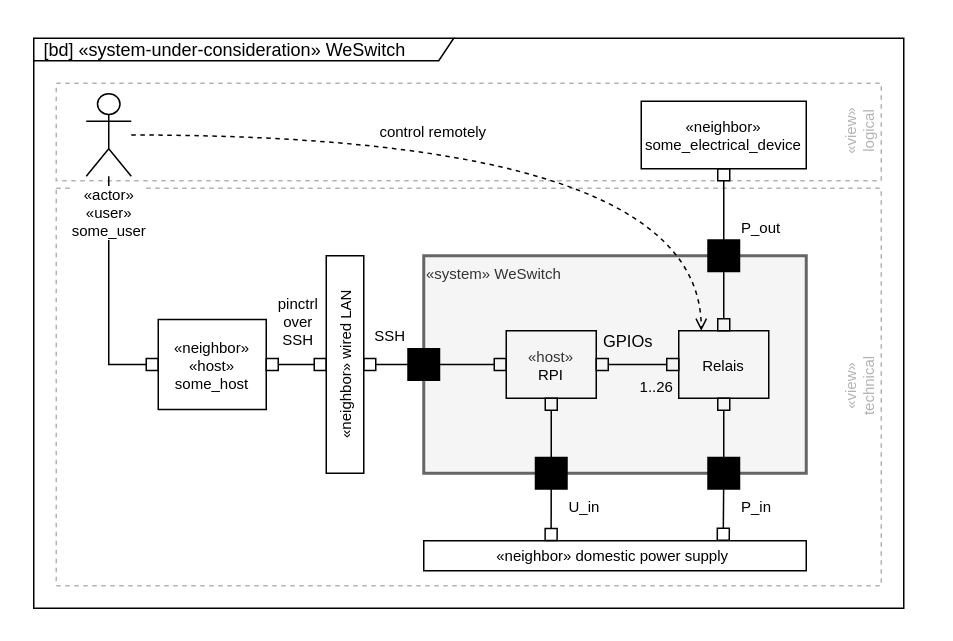
Earlier version of the draw.io diagram docs/blog/2024-09-WeSwitch/_figures/bd_system_and_neighbors.drawio (basejumpa/basejumpa.github.io). Source tidied: cells renumbered, new cells numbered last; positions are measured from the earlier drawing's top-left corner, leaving out a move shared by most shapes. Both pictures are drawn from the tidied source at 150%, with x=0, y=0 at pixel (26, 26).
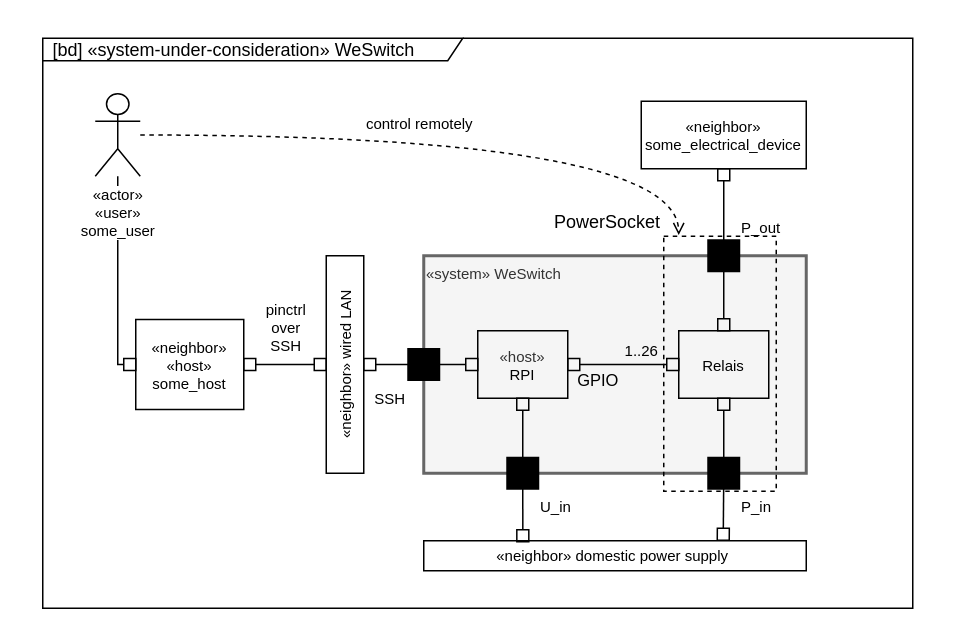
The same diagram, later.

The change refers to these unchanged cells:
```xml
<mxCell id="19" value="Relais" style="rounded=0;whiteSpace=wrap;html=1;fillColor=none;fontSize=10;" parent="14" vertex="1">
  <mxGeometry x="435" y="203" width="60" height="45" as="geometry" />
</mxCell>
<mxCell id="27" style="edgeStyle=none;html=1;entryX=0;entryY=0.5;entryDx=0;entryDy=0;startArrow=box;startFill=0;endArrow=box;endFill=0;exitX=1;exitY=0.5;exitDx=0;exitDy=0;fontSize=10;" parent="23" edge="1" source="26" target="35">
  <mxGeometry relative="1" as="geometry" />
</mxCell>
<mxCell id="33" value="«neighbor»&amp;nbsp;domestic power supply&amp;nbsp;" style="rounded=0;whiteSpace=wrap;html=1;fillColor=none;verticalAlign=middle;points=[[0,0,0,0,0],[0,0.25,0,0,0],[0,0.5,0,0,0],[0,0.75,0,0,0],[0,1,0,0,0],[0.25,1,0,0,0],[0.31,0,0,0,0],[0.5,0,0,0,0],[0.5,1,0,0,0],[0.75,1,0,0,0],[0.79,0,0,0,0],[1,0,0,0,0],[1,0.25,0,0,0],[1,0.5,0,0,0],[1,0.75,0,0,0],[1,1,0,0,0]];fontSize=10;" parent="23" vertex="1">
  <mxGeometry x="265" y="343" width="255" height="20" as="geometry" />
</mxCell>
```

Diff of the diagram source:
```diff
@@
     <mxCell id="2" style="rounded=0;whiteSpace=wrap;html=1;fillColor=none;strokeColor=none;" parent="1" vertex="1">
-      <mxGeometry width="595" height="393" as="geometry" />
+      <mxGeometry x="6" width="595" height="393" as="geometry" />
     </mxCell>
@@
     <mxCell id="4" value="[bd] «system-under-consideration» WeSwitch" style="shape=umlFrame;whiteSpace=wrap;html=1;width=280;height=15;boundedLbl=1;verticalAlign=middle;align=left;spacingLeft=5;fillColor=none;" parent="3" vertex="1">
-      <mxGeometry x="5" y="8" width="580" height="380" as="geometry" />
+      <mxGeometry x="11" y="8" width="580" height="380" as="geometry" />
     </mxCell>
@@
-    <mxCell id="6" value="«view»&lt;br&gt;logical" style="rounded=0;whiteSpace=wrap;html=1;labelBackgroundColor=default;fontSize=10;fillColor=none;dashed=1;strokeColor=#B3B3B3;align=center;horizontal=0;labelPosition=center;verticalLabelPosition=middle;verticalAlign=bottom;fontColor=#B3B3B3;" parent="5" vertex="1">
-      <mxGeometry x="20" y="38" width="550" height="65" as="geometry" />
-    </mxCell>
-    <mxCell id="7" value="«view»&lt;br&gt;technical" style="rounded=0;whiteSpace=wrap;html=1;labelBackgroundColor=default;fontSize=10;fillColor=none;dashed=1;strokeColor=#B3B3B3;align=center;horizontal=0;labelPosition=center;verticalLabelPosition=middle;verticalAlign=bottom;fontColor=#B3B3B3;" parent="5" vertex="1">
-      <mxGeometry x="20" y="108" width="550" height="265" as="geometry" />
-    </mxCell>
@@
     <mxCell id="12" value="U_in&lt;br style=&quot;font-size: 10px;&quot;&gt;" style="rounded=0;whiteSpace=wrap;html=1;strokeWidth=2;fillColor=#000000;labelPosition=right;verticalLabelPosition=bottom;align=left;verticalAlign=top;fontSize=10;" parent="8" vertex="1">
-      <mxGeometry x="340" y="288" width="20" height="20" as="geometry" />
+      <mxGeometry x="321" y="288" width="20" height="20" as="geometry" />
     </mxCell>
-    <mxCell id="13" value="SSH" style="rounded=0;whiteSpace=wrap;html=1;strokeWidth=2;fillColor=#000000;labelPosition=left;verticalLabelPosition=top;align=right;verticalAlign=middle;fontSize=10;" parent="8" vertex="1">
+    <mxCell id="13" value="SSH" style="rounded=0;whiteSpace=wrap;html=1;strokeWidth=2;fillColor=#000000;labelPosition=left;verticalLabelPosition=bottom;align=right;verticalAlign=top;fontSize=10;" parent="8" vertex="1">
       <mxGeometry x="255" y="215.5" width="20" height="20" as="geometry" />
     </mxCell>
+    <mxCell id="38" value="PowerSocket" style="rounded=0;whiteSpace=wrap;html=1;fillColor=none;dashed=1;align=right;verticalAlign=bottom;labelPosition=left;verticalLabelPosition=top;spacingBottom=0;spacingRight=0;" parent="8" vertex="1">
+      <mxGeometry x="425" y="140" width="75" height="170" as="geometry" />
+    </mxCell>
@@
-    <mxCell id="15" value="1..26" style="edgeStyle=orthogonalEdgeStyle;rounded=0;html=1;exitX=1;exitY=0.5;exitDx=0;exitDy=0;entryX=0;entryY=0.5;entryDx=0;entryDy=0;startArrow=box;startFill=0;endArrow=box;endFill=0;elbow=vertical;fontSize=10;labelBackgroundColor=none;" parent="14" edge="1">
-      <mxGeometry x="0.45" y="-14" relative="1" as="geometry">
-        <mxPoint x="380" y="225.5" as="sourcePoint" />
+    <mxCell id="15" value="1..26" style="edgeStyle=orthogonalEdgeStyle;rounded=0;html=1;entryX=0;entryY=0.5;entryDx=0;entryDy=0;startArrow=box;startFill=0;endArrow=box;endFill=0;elbow=vertical;fontSize=10;labelBackgroundColor=none;exitX=1;exitY=0.5;exitDx=0;exitDy=0;" parent="14" edge="1" source="17">
+      <mxGeometry x="0.35" y="11" relative="1" as="geometry">
         <mxPoint x="435" y="225.5" as="targetPoint" />
-        <Array as="points">
-          <mxPoint x="420" y="225" />
-          <mxPoint x="420" y="225" />
-        </Array>
+        <mxPoint y="1" as="offset" />
       </mxGeometry>
     </mxCell>
-    <mxCell id="16" value="GPIOs" style="edgeLabel;html=1;align=center;verticalAlign=middle;labelBackgroundColor=none;" parent="15" vertex="1">
+    <mxCell id="16" value="GPIO" style="edgeLabel;html=1;align=center;verticalAlign=middle;labelBackgroundColor=none;" parent="15" vertex="1">
       <mxGeometry x="-0.2" y="1" relative="1" as="geometry">
-        <mxPoint x="-2" y="-15" as="offset" />
+        <mxPoint x="-11" y="11" as="offset" />
       </mxGeometry>
     </mxCell>
     <mxCell id="17" value="&lt;span style=&quot;color: rgb(51, 51, 51); text-align: left;&quot;&gt;&amp;nbsp;«host»&amp;nbsp;&lt;/span&gt;&lt;br&gt;RPI" style="rounded=0;whiteSpace=wrap;html=1;fillColor=none;fontSize=10;" parent="14" vertex="1">
-      <mxGeometry x="320" y="203" width="60" height="45" as="geometry" />
+      <mxGeometry x="301" y="203" width="60" height="45" as="geometry" />
     </mxCell>
@@
     <mxCell id="26" value="&lt;font style=&quot;font-size: 10px;&quot;&gt;«neighbor»&lt;br style=&quot;font-size: 10px;&quot;&gt;«host»&lt;br&gt;some_host&lt;br&gt;&lt;/font&gt;" style="rounded=0;whiteSpace=wrap;html=1;fillColor=none;verticalAlign=middle;fontSize=10;" parent="23" vertex="1">
-      <mxGeometry x="88" y="195.5" width="72" height="60" as="geometry" />
+      <mxGeometry x="73" y="195.5" width="72" height="60" as="geometry" />
     </mxCell>
@@
     <mxCell id="28" value="pinctrl&lt;br&gt;over&lt;br&gt;SSH" style="edgeLabel;html=1;align=center;verticalAlign=middle;fontSize=10;" parent="27" vertex="1">
       <mxGeometry x="-0.14" relative="1" as="geometry">
-        <mxPoint x="3" y="-29" as="offset" />
+        <mxPoint x="3" y="-25" as="offset" />
       </mxGeometry>
     </mxCell>
@@
-    <mxCell id="30" style="edgeStyle=orthogonalEdgeStyle;html=1;entryX=0.25;entryY=0;entryDx=0;entryDy=0;fontSize=10;startArrow=none;startFill=0;endArrow=open;endFill=0;dashed=1;elbow=vertical;curved=1;" parent="23" edge="1" source="32" target="19">
+    <mxCell id="30" style="edgeStyle=orthogonalEdgeStyle;html=1;entryX=0.133;entryY=-0.005;entryDx=0;entryDy=0;fontSize=10;startArrow=none;startFill=0;endArrow=open;endFill=0;dashed=1;elbow=vertical;curved=1;entryPerimeter=0;" parent="23" edge="1" source="32" target="38">
       <mxGeometry relative="1" as="geometry" />
     </mxCell>
-    <mxCell id="31" value="control remotely" style="edgeLabel;html=1;align=center;verticalAlign=middle;fontSize=10;" parent="30" vertex="1">
+    <mxCell id="31" value="control remotely" style="edgeLabel;html=1;align=center;verticalAlign=middle;fontSize=10;labelBackgroundColor=none;" parent="30" vertex="1">
       <mxGeometry x="-0.17" y="2" relative="1" as="geometry">
-        <mxPoint x="-12" y="-1" as="offset" />
+        <mxPoint x="8" y="-6" as="offset" />
       </mxGeometry>
     </mxCell>
     <mxCell id="32" value="«actor»&lt;br&gt;«user»&lt;br&gt;some_user" style="shape=umlActor;verticalLabelPosition=bottom;verticalAlign=top;html=1;outlineConnect=0;fillColor=none;fontSize=10;labelBackgroundColor=default;" parent="23" vertex="1">
-      <mxGeometry x="40" y="45" width="30" height="55" as="geometry" />
+      <mxGeometry x="46" y="45" width="30" height="55" as="geometry" />
     </mxCell>
@@
-    <mxCell id="36" style="edgeStyle=none;html=1;startArrow=box;startFill=0;endArrow=none;endFill=0;exitX=0.333;exitY=-0.008;exitDx=0;exitDy=0;exitPerimeter=0;fontSize=10;" parent="23" edge="1" source="33" target="12">
+    <mxCell id="36" style="edgeStyle=none;html=1;startArrow=box;startFill=0;endArrow=none;endFill=0;exitX=0.259;exitY=0.03;exitDx=0;exitDy=0;exitPerimeter=0;fontSize=10;" parent="23" edge="1" source="33" target="12">
       <mxGeometry relative="1" as="geometry" />
     </mxCell>
```
